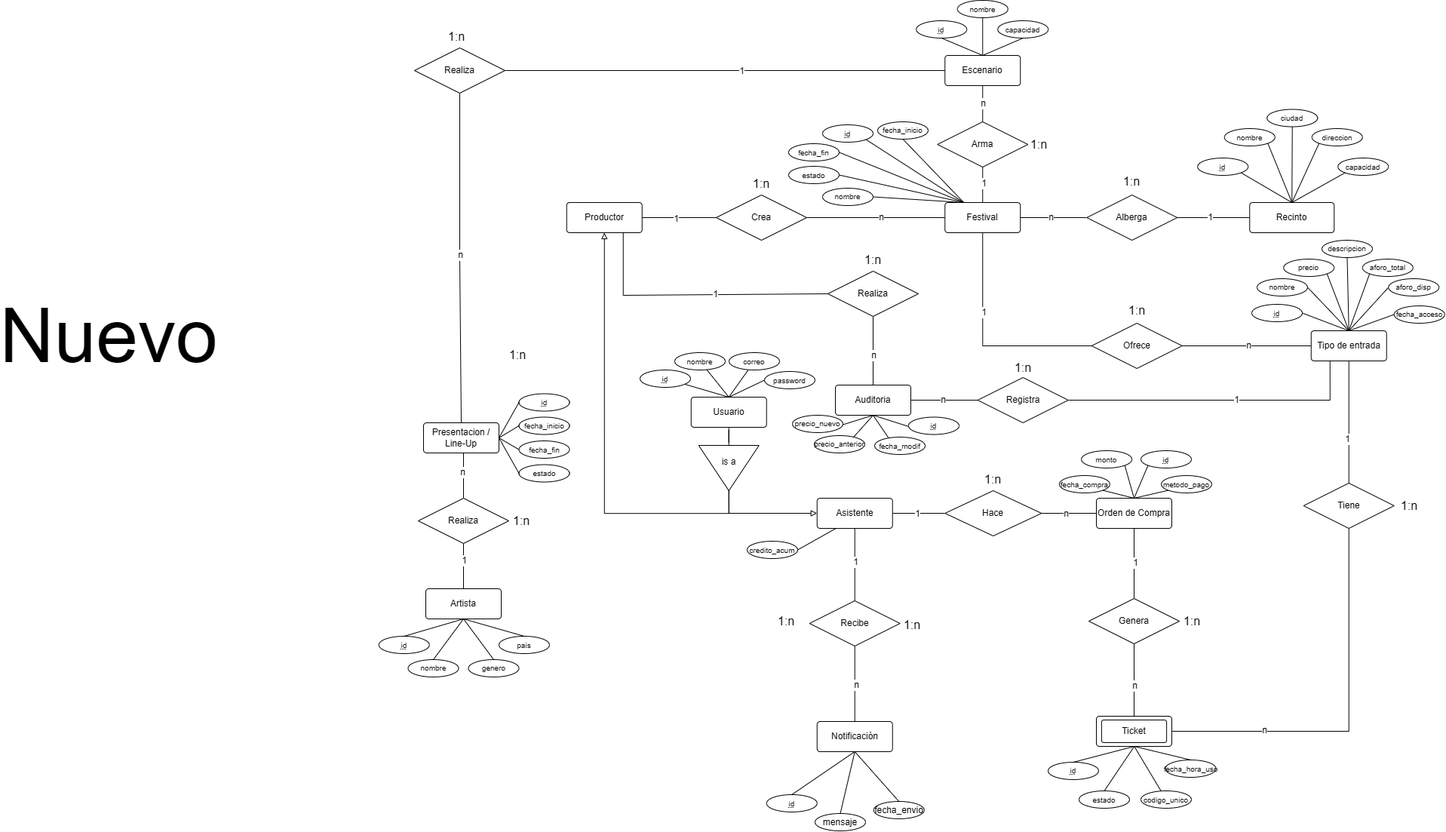
Before: DiagramaMER.png, a diagram exported from draw.io (lBenjaminOrtegal/Laboratorio-1-Grupo-3-Ejecucion). Source tidied: cells renumbered, new cells last; positions are measured from the earlier drawing's top-left corner, leaving out a move shared by most shapes.
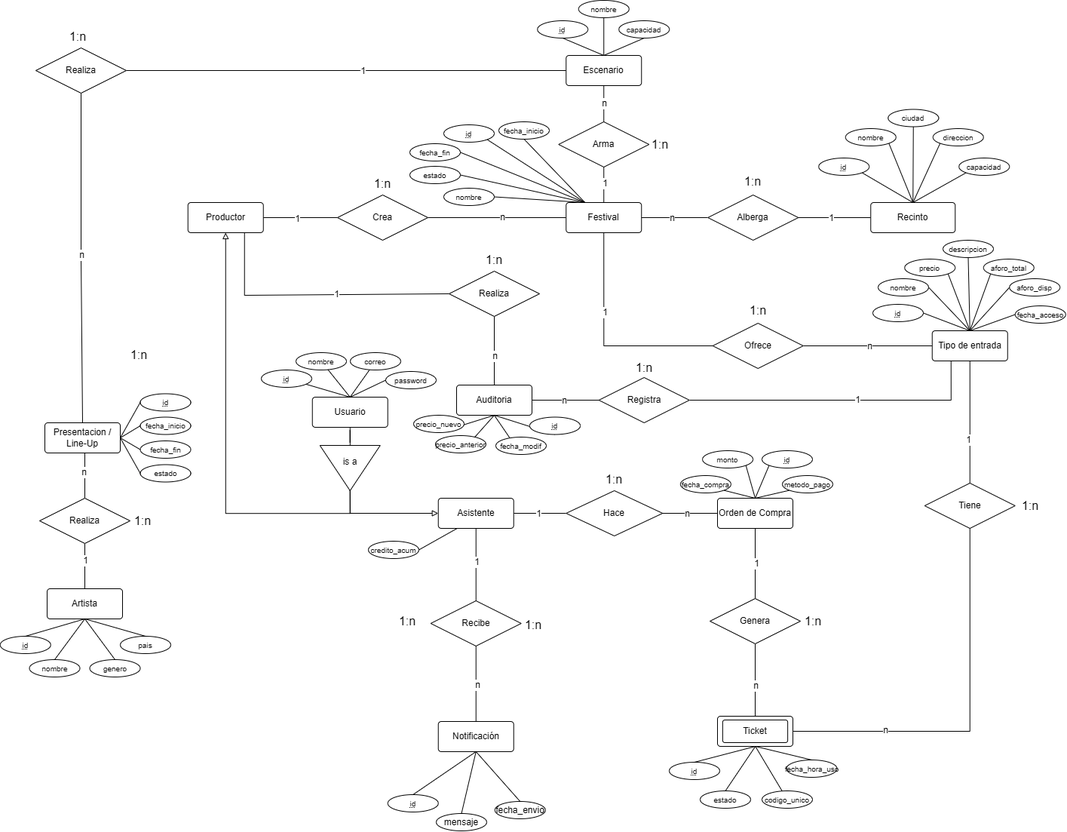
After the commit.

Commit message:
docs: update ERD, presentacion and tipo_entrada API documentation.

Change to the diagram source:
```diff
@@ -542,9 +542,6 @@
     <mxCell id="174" value="1:n" style="text;html=1;whiteSpace=wrap;strokeColor=none;fillColor=none;align=center;verticalAlign=middle;rounded=0;fontSize=16;" parent="1" vertex="1">
       <mxGeometry x="1435.6" y="808" width="60" height="30" as="geometry" />
     </mxCell>
-    <mxCell id="175" value="Nuevo" style="text;html=1;whiteSpace=wrap;strokeColor=none;fillColor=none;align=center;verticalAlign=middle;rounded=0;fontSize=100;" parent="1" vertex="1">
-      <mxGeometry y="429" width="60" height="30" as="geometry" />
-    </mxCell>
     <mxCell id="176" style="edgeStyle=none;curved=1;rounded=0;curveGeometry=1;jettySize=auto;html=1;exitX=0;exitY=1;exitDx=0;exitDy=0;entryX=0.5;entryY=0;entryDx=0;entryDy=0;fontSize=12;startSize=8;endSize=8;endArrow=none;endFill=0;" parent="1" edge="1" source="177" target="144">
       <mxGeometry relative="1" as="geometry" />
     </mxCell>
```
